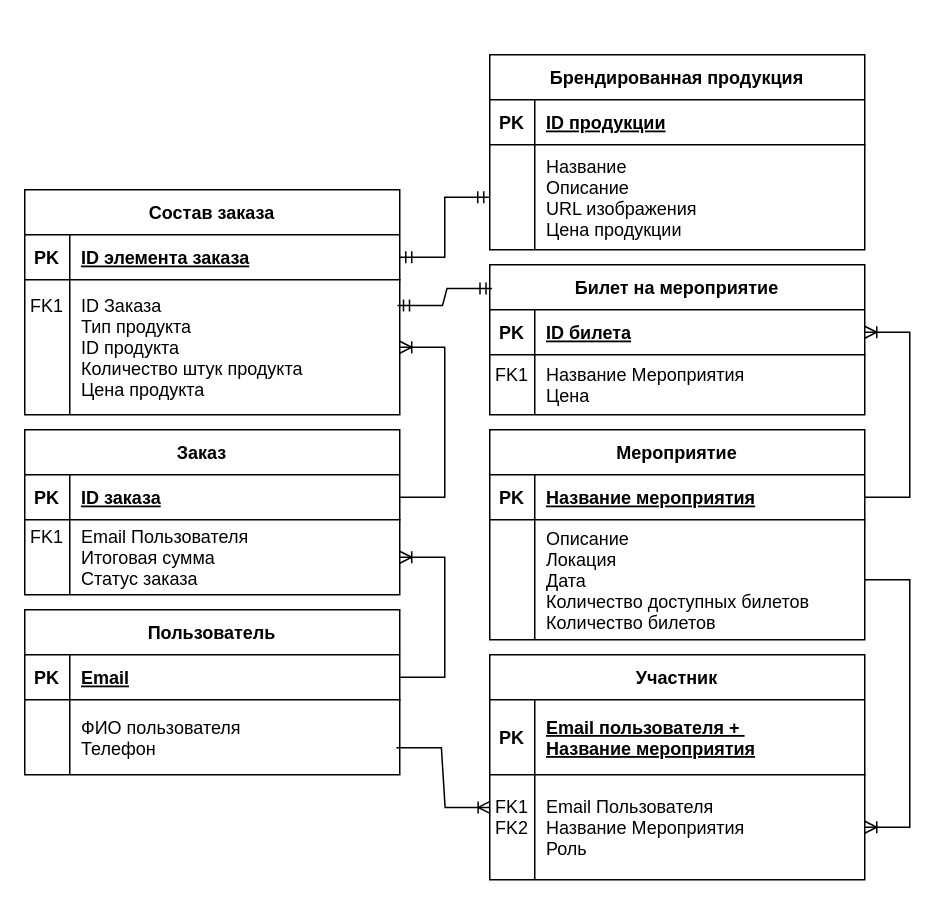
Before: martin.drawio in softqwak/ud, a draw.io diagram. Source tidied: cells renumbered, new cells numbered last; positions are measured from the earlier drawing's top-left corner, leaving out a move shared by most shapes. Both pictures are drawn from the tidied source at 150%, with x=0, y=0 at pixel (24, 54).
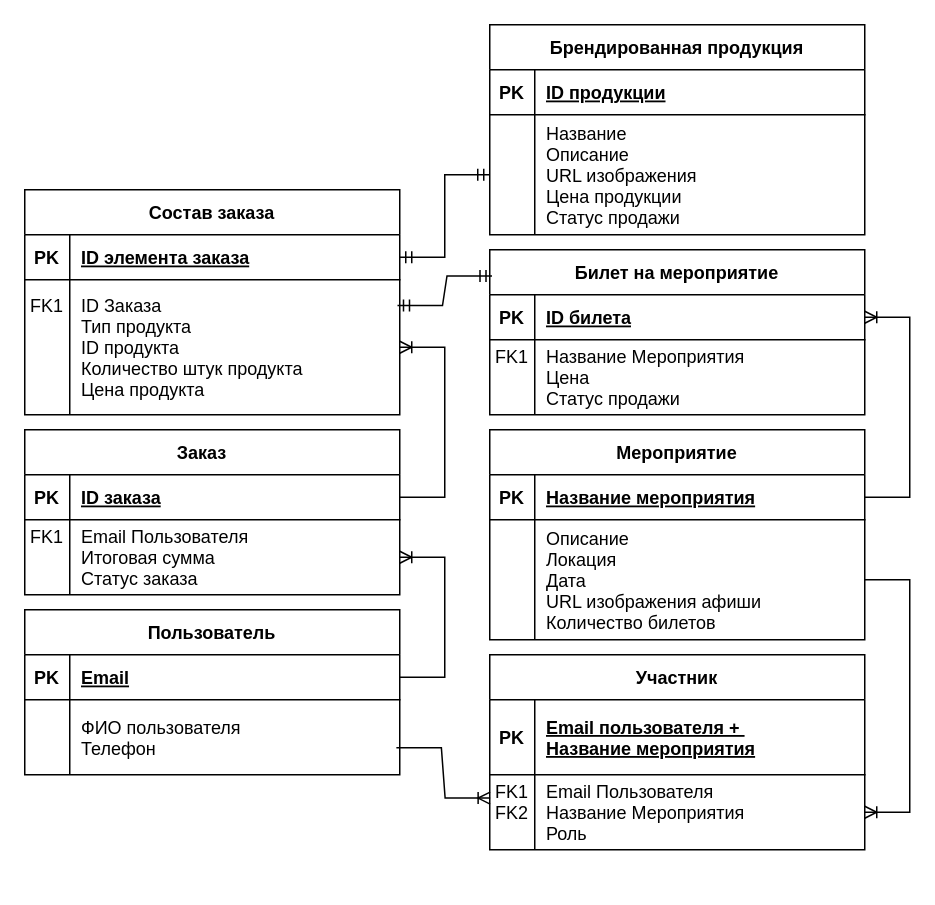
Above is the later version.

Unchanged cells that the change refers to:
```xml
<mxCell id="20" style="shape=partialRectangle;fillColor=none;points=[[0,0.5],[1,0.5]];portConstraint=eastwest;top=0;left=0;right=0;bottom=0;" parent="16" vertex="1">
  <mxGeometry y="60" width="250" height="80" as="geometry" />
</mxCell>
```

Diff of the diagram source:
```diff
@@
     <mxCell id="9" value="Участник" style="shape=table;startSize=30;childLayout=tableLayout;rowLines=0;fontStyle=1;align=center;" parent="1" vertex="1">
-      <mxGeometry x="310" y="400" width="250" height="150" as="geometry" />
+      <mxGeometry x="310" y="400" width="250" height="130" as="geometry" />
     </mxCell>
@@
     <mxCell id="13" style="shape=partialRectangle;fillColor=none;points=[[0,0.5],[1,0.5]];portConstraint=eastwest;top=0;left=0;right=0;bottom=0;" parent="9" vertex="1">
-      <mxGeometry y="80" width="250" height="70" as="geometry" />
+      <mxGeometry y="80" width="250" height="50" as="geometry" />
     </mxCell>
     <mxCell id="14" value="FK1&#10;FK2&#10;" style="shape=partialRectangle;overflow=hidden;fillColor=none;top=0;left=0;bottom=0;right=0;" parent="13" vertex="1">
-      <mxGeometry width="30" height="70" as="geometry" />
+      <mxGeometry width="30" height="50" as="geometry" />
     </mxCell>
     <mxCell id="15" value="Email Пользователя&#10;Название Мероприятия&#10;Роль" style="shape=partialRectangle;overflow=hidden;fillColor=none;top=0;left=0;bottom=0;right=0;align=left;spacingLeft=6;" parent="13" vertex="1">
-      <mxGeometry x="30" width="220" height="70" as="geometry" />
+      <mxGeometry x="30" width="220" height="50" as="geometry" />
     </mxCell>
@@
-    <mxCell id="22" value="Описание&#10;Локация&#10;Дата&#10;Количество доступных билетов&#10;Количество билетов" style="shape=partialRectangle;overflow=hidden;fillColor=none;top=0;left=0;bottom=0;right=0;align=left;spacingLeft=6;" parent="20" vertex="1">
+    <mxCell id="22" value="Описание&#10;Локация&#10;Дата&#10;URL изображения афиши&#10;Количество билетов" style="shape=partialRectangle;overflow=hidden;fillColor=none;top=0;left=0;bottom=0;right=0;align=left;spacingLeft=6;" parent="20" vertex="1">
       <mxGeometry x="30" width="220" height="80" as="geometry" />
     </mxCell>
@@
     <mxCell id="37" value="Брендированная продукция" style="shape=table;startSize=30;childLayout=tableLayout;rowLines=0;fontStyle=1;align=center;" parent="1" vertex="1">
-      <mxGeometry x="310" width="250" height="130" as="geometry" />
+      <mxGeometry x="310" y="-20" width="250" height="140" as="geometry" />
     </mxCell>
@@
     <mxCell id="41" style="shape=partialRectangle;fillColor=none;points=[[0,0.5],[1,0.5]];portConstraint=eastwest;top=0;left=0;right=0;bottom=0;" parent="37" vertex="1">
-      <mxGeometry y="60" width="250" height="70" as="geometry" />
+      <mxGeometry y="60" width="250" height="80" as="geometry" />
     </mxCell>
     <mxCell id="42" value="&#10;" style="shape=partialRectangle;overflow=hidden;fillColor=none;top=0;left=0;bottom=0;right=0;" parent="41" vertex="1">
-      <mxGeometry width="30" height="70" as="geometry" />
+      <mxGeometry width="30" height="80" as="geometry" />
     </mxCell>
-    <mxCell id="43" value="Название&#10;Описание&#10;URL изображения&#10;Цена продукции" style="shape=partialRectangle;overflow=hidden;fillColor=none;top=0;left=0;bottom=0;right=0;align=left;spacingLeft=6;" parent="41" vertex="1">
-      <mxGeometry x="30" width="220" height="70" as="geometry" />
+    <mxCell id="43" value="Название&#10;Описание&#10;URL изображения&#10;Цена продукции&#10;Статус продажи" style="shape=partialRectangle;overflow=hidden;fillColor=none;top=0;left=0;bottom=0;right=0;align=left;spacingLeft=6;" parent="41" vertex="1">
+      <mxGeometry x="30" width="220" height="80" as="geometry" />
     </mxCell>
     <mxCell id="44" value="Билет на мероприятие" style="shape=table;startSize=30;childLayout=tableLayout;rowLines=0;fontStyle=1;align=center;" parent="1" vertex="1">
-      <mxGeometry x="310" y="140" width="250" height="100" as="geometry" />
+      <mxGeometry x="310" y="130" width="250" height="110" as="geometry" />
     </mxCell>
@@
     <mxCell id="48" style="shape=partialRectangle;fillColor=none;top=0;left=0;right=0;bottom=0;" parent="44" vertex="1">
-      <mxGeometry y="60" width="250" height="40" as="geometry" />
+      <mxGeometry y="60" width="250" height="50" as="geometry" />
     </mxCell>
-    <mxCell id="49" value="FK1&#10;" style="shape=partialRectangle;overflow=hidden;fillColor=none;top=0;left=0;bottom=0;right=0;" parent="48" vertex="1">
-      <mxGeometry width="30" height="40" as="geometry" />
+    <mxCell id="49" value="FK1&#10;&#10;" style="shape=partialRectangle;overflow=hidden;fillColor=none;top=0;left=0;bottom=0;right=0;" parent="48" vertex="1">
+      <mxGeometry width="30" height="50" as="geometry" />
     </mxCell>
-    <mxCell id="50" value="Название Мероприятия&#10;Цена" style="shape=partialRectangle;overflow=hidden;fillColor=none;top=0;left=0;bottom=0;right=0;align=left;spacingLeft=6;" parent="48" vertex="1">
-      <mxGeometry x="30" width="220" height="40" as="geometry" />
+    <mxCell id="50" value="Название Мероприятия&#10;Цена&#10;Статус продажи" style="shape=partialRectangle;overflow=hidden;fillColor=none;top=0;left=0;bottom=0;right=0;align=left;spacingLeft=6;" parent="48" vertex="1">
+      <mxGeometry x="30" width="220" height="50" as="geometry" />
     </mxCell>
```
